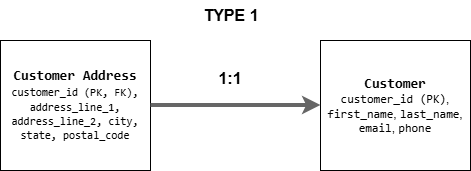
farazfshahid/sql keeps this draw.io diagram as 02_activities/assignments/Assignment2_Bookstore_Prompt_2.png. Above is the earlier version. Source tidied: cells renumbered, new cells last; positions are measured from the earlier drawing's top-left corner, leaving out a move shared by most shapes.
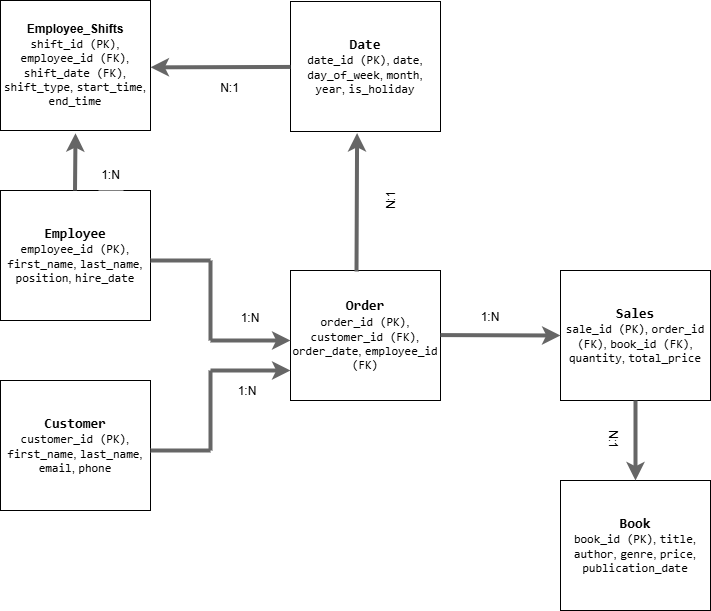
Later version of the same file.

Commit message:
SQL Assignment 2 Solution Updated

Change to the diagram source:
```diff
@@ -2,23 +2,105 @@
   <root>
     <mxCell id="0" />
     <mxCell id="1" parent="0" />
+    <mxCell id="7" value="&lt;div&gt;&lt;code&gt;&lt;b&gt;&lt;font style=&quot;font-size: 14px;&quot;&gt;Employee&lt;/font&gt;&lt;/b&gt;&lt;/code&gt;&lt;/div&gt;&lt;code&gt;employee_id (PK)&lt;/code&gt;, &lt;code&gt;first_name&lt;/code&gt;, &lt;code&gt;last_name&lt;/code&gt;, &lt;code&gt;position&lt;/code&gt;, &lt;code&gt;hire_date&lt;/code&gt;" style="rounded=0;whiteSpace=wrap;html=1;" parent="1" vertex="1">
+      <mxGeometry x="-140" y="-20" width="150" height="130" as="geometry" />
+    </mxCell>
     <mxCell id="2" value="&lt;div&gt;&lt;code&gt;&lt;b&gt;&lt;font style=&quot;font-size: 14px;&quot;&gt;Customer&lt;/font&gt;&lt;/b&gt;&lt;/code&gt;&lt;/div&gt;&lt;code&gt;customer_id (PK)&lt;/code&gt;, &lt;code&gt;first_name&lt;/code&gt;, &lt;code&gt;last_name&lt;/code&gt;, &lt;code&gt;email&lt;/code&gt;, &lt;code&gt;phone&lt;/code&gt;" style="rounded=0;whiteSpace=wrap;html=1;" parent="1" vertex="1">
-      <mxGeometry x="320" y="40" width="150" height="130" as="geometry" />
+      <mxGeometry x="-140" y="170" width="150" height="130" as="geometry" />
     </mxCell>
+    <mxCell id="8" value="&lt;div&gt;&lt;code&gt;&lt;b&gt;&lt;font style=&quot;font-size: 14px;&quot;&gt;Order&lt;/font&gt;&lt;/b&gt;&lt;/code&gt;&lt;/div&gt;&lt;code&gt;order_id (PK)&lt;/code&gt;, &lt;code&gt;customer_id (FK)&lt;/code&gt;, &lt;code&gt;order_date&lt;/code&gt;, &lt;code&gt;employee_id (FK)&lt;/code&gt;" style="rounded=0;whiteSpace=wrap;html=1;" parent="1" vertex="1">
+      <mxGeometry x="150" y="60" width="150" height="130" as="geometry" />
+    </mxCell>
+    <mxCell id="9" value="&lt;div&gt;&lt;font face=&quot;monospace&quot;&gt;&lt;span style=&quot;font-size: 14px;&quot;&gt;&lt;b&gt;Sales&lt;/b&gt;&lt;/span&gt;&lt;/font&gt;&lt;/div&gt;&lt;code&gt;sale_id (PK)&lt;/code&gt;, &lt;code&gt;order_id (FK)&lt;/code&gt;, &lt;code&gt;book_id (FK)&lt;/code&gt;, &lt;code&gt;quantity&lt;/code&gt;, &lt;code&gt;total_price&lt;/code&gt;" style="rounded=0;whiteSpace=wrap;html=1;" parent="1" vertex="1">
+      <mxGeometry x="420" y="60" width="150" height="130" as="geometry" />
+    </mxCell>
+    <mxCell id="10" value="&lt;div&gt;&lt;font face=&quot;monospace&quot;&gt;&lt;span style=&quot;font-size: 14px;&quot;&gt;&lt;b&gt;Date&lt;/b&gt;&lt;/span&gt;&lt;/font&gt;&lt;/div&gt;&lt;code&gt;date_id (PK)&lt;/code&gt;, &lt;code&gt;date&lt;/code&gt;, &lt;code&gt;day_of_week&lt;/code&gt;, &lt;code&gt;month&lt;/code&gt;, &lt;code&gt;year&lt;/code&gt;, &lt;code&gt;is_holiday&lt;/code&gt;" style="rounded=0;whiteSpace=wrap;html=1;" parent="1" vertex="1">
+      <mxGeometry x="150" y="-209" width="150" height="130" as="geometry" />
+    </mxCell>
-    <mxCell id="3" value="&lt;div&gt;&lt;font face=&quot;monospace&quot;&gt;&lt;span style=&quot;font-size: 14px;&quot;&gt;&lt;b&gt;Customer Address&lt;/b&gt;&lt;/span&gt;&lt;/font&gt;&lt;/div&gt;&lt;div&gt;&lt;font style=&quot;font-size: 11px;&quot; face=&quot;monospace&quot;&gt;customer_id (PK, FK), address_line_1, address_line_2, city, state, postal_code&lt;/font&gt;&lt;/div&gt;" style="rounded=0;whiteSpace=wrap;html=1;" parent="1" vertex="1">
-      <mxGeometry y="40" width="150" height="130" as="geometry" />
+    <mxCell id="3" value="&lt;div&gt;&lt;font face=&quot;monospace&quot;&gt;&lt;span style=&quot;font-size: 14px;&quot;&gt;&lt;b&gt;Book&lt;/b&gt;&lt;/span&gt;&lt;/font&gt;&lt;/div&gt;&lt;code&gt;book_id (PK)&lt;/code&gt;, &lt;code&gt;title&lt;/code&gt;, &lt;code&gt;author&lt;/code&gt;, &lt;code&gt;genre&lt;/code&gt;, &lt;code&gt;price&lt;/code&gt;, &lt;code&gt;publication_date&lt;/code&gt;" style="rounded=0;whiteSpace=wrap;html=1;" parent="1" vertex="1">
+      <mxGeometry x="420" y="270" width="150" height="130" as="geometry" />
     </mxCell>
+    <mxCell id="11" style="endArrow=none;html=1;rounded=0;strokeWidth=4;fillColor=#f5f5f5;strokeColor=#666666;" parent="1" edge="1">
+      <mxGeometry relative="1" as="geometry">
+        <mxPoint x="10" y="50" as="sourcePoint" />
+        <mxPoint x="70" y="50" as="targetPoint" />
+      </mxGeometry>
+    </mxCell>
+    <mxCell id="12" style="endArrow=none;html=1;rounded=0;strokeWidth=4;fillColor=#f5f5f5;strokeColor=#666666;" parent="1" edge="1">
+      <mxGeometry relative="1" as="geometry">
+        <mxPoint x="70" y="50" as="sourcePoint" />
+        <mxPoint x="70" y="130" as="targetPoint" />
+      </mxGeometry>
+    </mxCell>
+    <mxCell id="13" style="endArrow=classic;html=1;rounded=0;entryX=0;entryY=0.5;entryDx=0;entryDy=0;strokeWidth=4;fillColor=#f5f5f5;strokeColor=#666666;" parent="1" edge="1">
+      <mxGeometry relative="1" as="geometry">
+        <mxPoint x="70" y="130" as="sourcePoint" />
+        <mxPoint x="150" y="130" as="targetPoint" />
+      </mxGeometry>
+    </mxCell>
+    <mxCell id="14" value="1:N" style="text;html=1;align=center;verticalAlign=middle;whiteSpace=wrap;rounded=0;strokeColor=none;fillColor=default;" parent="1" vertex="1">
+      <mxGeometry x="320" y="96" width="60" height="21" as="geometry" />
+    </mxCell>
+    <mxCell id="15" style="endArrow=none;html=1;rounded=0;strokeWidth=4;fillColor=#f5f5f5;strokeColor=#666666;" parent="1" edge="1">
+      <mxGeometry relative="1" as="geometry">
+        <mxPoint x="10" y="240" as="sourcePoint" />
+        <mxPoint x="70" y="240" as="targetPoint" />
+      </mxGeometry>
+    </mxCell>
+    <mxCell id="16" style="endArrow=none;html=1;rounded=0;strokeWidth=4;fillColor=#f5f5f5;strokeColor=#666666;" parent="1" edge="1">
+      <mxGeometry relative="1" as="geometry">
+        <mxPoint x="70" y="160" as="sourcePoint" />
+        <mxPoint x="70" y="240" as="targetPoint" />
+      </mxGeometry>
+    </mxCell>
+    <mxCell id="17" value="1:N" style="text;html=1;align=center;verticalAlign=middle;whiteSpace=wrap;rounded=0;strokeColor=none;fillColor=default;" parent="1" vertex="1">
+      <mxGeometry x="77" y="171" width="60" height="19" as="geometry" />
+    </mxCell>
+    <mxCell id="18" style="endArrow=classic;html=1;rounded=0;entryX=0;entryY=0.5;entryDx=0;entryDy=0;strokeWidth=4;fillColor=#f5f5f5;strokeColor=#666666;" parent="1" edge="1">
+      <mxGeometry relative="1" as="geometry">
+        <mxPoint x="70" y="160" as="sourcePoint" />
+        <mxPoint x="150" y="160" as="targetPoint" />
+      </mxGeometry>
+    </mxCell>
+    <mxCell id="19" style="endArrow=classic;html=1;rounded=0;entryX=0;entryY=0.5;entryDx=0;entryDy=0;strokeWidth=4;fillColor=#f5f5f5;strokeColor=#666666;" parent="1" edge="1" target="9">
+      <mxGeometry relative="1" as="geometry">
+        <mxPoint x="300" y="124.6" as="sourcePoint" />
+      </mxGeometry>
+    </mxCell>
+    <mxCell id="20" value="1:N" style="text;html=1;align=center;verticalAlign=middle;whiteSpace=wrap;rounded=0;strokeColor=none;fillColor=default;" parent="1" vertex="1">
+      <mxGeometry x="80" y="100" width="60" height="16" as="geometry" />
+    </mxCell>
-    <mxCell id="4" style="endArrow=classic;html=1;rounded=0;exitX=1;exitY=0.5;exitDx=0;exitDy=0;strokeWidth=4;fillColor=#f5f5f5;strokeColor=#666666;" parent="1" edge="1">
-      <mxGeometry relative="1" as="geometry">
-        <mxPoint x="150" y="104.5" as="sourcePoint" />
-        <mxPoint x="320" y="104.5" as="targetPoint" />
-      </mxGeometry>
+    <mxCell id="4" style="endArrow=classic;html=1;rounded=0;exitX=0.5;exitY=1;exitDx=0;exitDy=0;entryX=0.5;entryY=0;entryDx=0;entryDy=0;strokeWidth=4;fillColor=#f5f5f5;strokeColor=#666666;" parent="1" edge="1" source="9" target="3">
+      <mxGeometry relative="1" as="geometry" />
     </mxCell>
+    <mxCell id="21" value="N:1" style="text;html=1;align=center;verticalAlign=middle;whiteSpace=wrap;rounded=0;flipV=0;flipH=1;direction=south;strokeColor=none;fillColor=default;rotation=90;" parent="1" vertex="1">
+      <mxGeometry x="442.8" y="220.2" width="60.5" height="17.2" as="geometry" />
+    </mxCell>
+    <mxCell id="22" style="endArrow=classic;html=1;rounded=0;exitX=0.44;exitY=0.008;exitDx=0;exitDy=0;exitPerimeter=0;strokeWidth=4;fillColor=#f5f5f5;strokeColor=#666666;entryX=0.444;entryY=1.012;entryDx=0;entryDy=0;entryPerimeter=0;" parent="1" edge="1" source="8" target="10">
+      <mxGeometry relative="1" as="geometry" />
+    </mxCell>
+    <mxCell id="23" value="N:1" style="text;html=1;align=center;verticalAlign=middle;whiteSpace=wrap;rounded=0;flipV=0;flipH=1;direction=south;strokeColor=none;fillColor=default;rotation=-90;" parent="1" vertex="1">
+      <mxGeometry x="229" y="-30" width="44" height="40" as="geometry" />
+    </mxCell>
+    <mxCell id="24" value="&lt;div&gt;&lt;b&gt;Employee_Shifts&lt;/b&gt;&lt;/div&gt;&lt;code&gt;shift_id (PK)&lt;/code&gt;, &lt;code&gt;employee_id (FK)&lt;/code&gt;, &lt;code&gt;shift_date (FK)&lt;/code&gt;, &lt;code&gt;shift_type&lt;/code&gt;, &lt;code&gt;start_time&lt;/code&gt;, &lt;code&gt;end_time&lt;/code&gt;" style="rounded=0;whiteSpace=wrap;html=1;" parent="1" vertex="1">
+      <mxGeometry x="-140" y="-210" width="150" height="130" as="geometry" />
+    </mxCell>
+    <mxCell id="25" style="endArrow=classic;html=1;rounded=0;exitX=0.44;exitY=0.008;exitDx=0;exitDy=0;exitPerimeter=0;strokeWidth=4;fillColor=#f5f5f5;strokeColor=#666666;entryX=0.5;entryY=1.021;entryDx=0;entryDy=0;entryPerimeter=0;" parent="1" edge="1" target="24">
+      <mxGeometry relative="1" as="geometry">
+        <mxPoint x="-65.5" y="-20" as="sourcePoint" />
+      </mxGeometry>
+    </mxCell>
+    <mxCell id="26" value="N:1" style="text;html=1;align=center;verticalAlign=middle;whiteSpace=wrap;rounded=0;strokeColor=none;fillColor=default;" parent="1" vertex="1">
+      <mxGeometry x="77" y="-137" width="25" height="30" as="geometry" />
+    </mxCell>
+    <mxCell id="27" style="endArrow=classic;html=1;rounded=0;exitX=-0.001;exitY=0.611;exitDx=0;exitDy=0;exitPerimeter=0;strokeWidth=4;fillColor=#f5f5f5;strokeColor=#666666;entryX=1;entryY=0.622;entryDx=0;entryDy=0;entryPerimeter=0;" parent="1" edge="1">
+      <mxGeometry relative="1" as="geometry">
+        <mxPoint x="149.9" y="-143.6" as="sourcePoint" />
+        <mxPoint x="10" y="-143.1" as="targetPoint" />
+      </mxGeometry>
+    </mxCell>
-    <mxCell id="5" value="1:1" style="text;html=1;align=center;verticalAlign=middle;whiteSpace=wrap;rounded=0;strokeColor=none;fillColor=default;fontSize=16;fontStyle=1;" parent="1" vertex="1">
-      <mxGeometry x="199" y="63" width="62" height="30" as="geometry" />
+    <mxCell id="5" value="1:N" style="text;html=1;align=center;verticalAlign=middle;whiteSpace=wrap;rounded=0;strokeColor=none;fillColor=default;" parent="1" vertex="1">
+      <mxGeometry x="-42" y="-50" width="25" height="30" as="geometry" />
     </mxCell>
-    <mxCell id="6" value="TYPE 1" style="text;html=1;align=center;verticalAlign=middle;whiteSpace=wrap;rounded=0;strokeColor=none;fillColor=default;fontSize=16;fontStyle=1;" parent="1" vertex="1">
-      <mxGeometry x="200" width="62" height="30" as="geometry" />
-    </mxCell>
   </root>
 </mxGraphModel>
```
